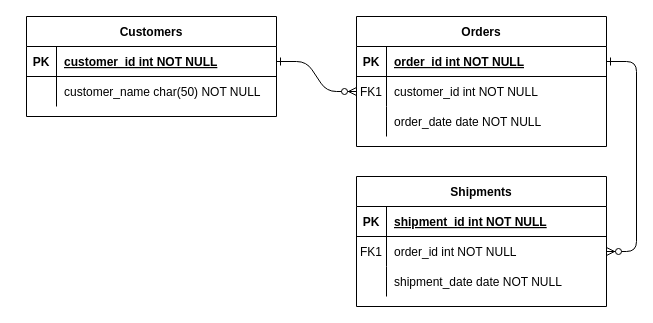
Before: .github/Untitled Diagram.drawio in nigelhaim/Programming_studies, a draw.io diagram. Source tidied: cells renumbered, new cells numbered last; positions are measured from the earlier drawing's top-left corner, leaving out a move shared by most shapes. Both pictures are drawn from the tidied source at 100%, with x=0, y=0 at pixel (26, 16).
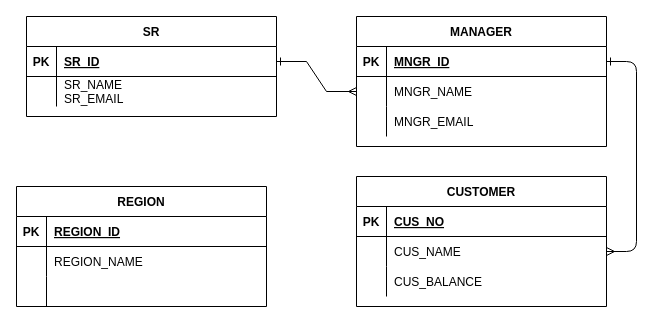
After the change.

The change refers to these unchanged cells:
```xml
<mxCell id="5" style="shape=partialRectangle;fillColor=none;points=[[0,0.5],[1,0.5]];portConstraint=eastwest;top=0;left=0;right=0;bottom=1;" parent="4" vertex="1">
  <mxGeometry y="30" width="250" height="30" as="geometry" />
</mxCell>
<mxCell id="8" style="shape=partialRectangle;fillColor=none;points=[[0,0.5],[1,0.5]];portConstraint=eastwest;top=0;left=0;right=0;bottom=0;" parent="4" vertex="1">
  <mxGeometry y="60" width="250" height="30" as="geometry" />
</mxCell>
<mxCell id="11" style="shape=partialRectangle;fillColor=none;top=0;left=0;right=0;bottom=0;" parent="4" vertex="1">
  <mxGeometry y="90" width="250" height="30" as="geometry" />
</mxCell>
<mxCell id="15" style="shape=partialRectangle;fillColor=none;top=0;left=0;right=0;bottom=1;" parent="14" vertex="1">
  <mxGeometry y="30" width="250" height="30" as="geometry" />
</mxCell>
<mxCell id="18" style="shape=partialRectangle;fillColor=none;points=[[0,0.5],[1,0.5]];portConstraint=eastwest;top=0;left=0;right=0;bottom=0;" parent="14" vertex="1">
  <mxGeometry y="60" width="250" height="30" as="geometry" />
</mxCell>
<mxCell id="21" style="shape=partialRectangle;fillColor=none;top=0;left=0;right=0;bottom=0;" parent="14" vertex="1">
  <mxGeometry y="90" width="250" height="30" as="geometry" />
</mxCell>
<mxCell id="25" style="shape=partialRectangle;fillColor=none;points=[[0,0.5],[1,0.5]];portConstraint=eastwest;top=0;left=0;right=0;bottom=1;" parent="24" vertex="1">
  <mxGeometry y="30" width="250" height="30" as="geometry" />
</mxCell>
<mxCell id="28" style="shape=partialRectangle;fillColor=none;top=0;left=0;right=0;bottom=0;" parent="24" vertex="1">
  <mxGeometry y="60" width="250" height="30" as="geometry" />
</mxCell>
```

What changed in the source:
```diff
@@
-    <mxCell id="2" style="edgeStyle=entityRelationEdgeStyle;endArrow=ERzeroToMany;startArrow=ERone;endFill=1;startFill=0;" parent="1" edge="1" source="25" target="8">
+    <mxCell id="2" style="edgeStyle=entityRelationEdgeStyle;endArrow=ERmany;startArrow=ERone;endFill=0;startFill=0;rounded=0;" parent="1" edge="1" source="25" target="8">
       <mxGeometry relative="1" as="geometry" />
     </mxCell>
-    <mxCell id="3" style="edgeStyle=entityRelationEdgeStyle;endArrow=ERzeroToMany;startArrow=ERone;endFill=1;startFill=0;" parent="1" edge="1" source="5" target="18">
+    <mxCell id="3" style="edgeStyle=entityRelationEdgeStyle;endArrow=ERmany;startArrow=ERone;endFill=0;startFill=0;" parent="1" edge="1" source="5" target="18">
       <mxGeometry relative="1" as="geometry" />
     </mxCell>
-    <mxCell id="4" value="Orders" style="shape=table;startSize=30;childLayout=tableLayout;rowLines=0;fontStyle=1;align=center;" parent="1" vertex="1">
+    <mxCell id="4" value="MANAGER" style="shape=table;startSize=30;childLayout=tableLayout;rowLines=0;fontStyle=1;align=center;" parent="1" vertex="1">
       <mxGeometry x="330" width="250" height="130" as="geometry" />
     </mxCell>
@@
-    <mxCell id="7" value="order_id int NOT NULL " style="shape=partialRectangle;overflow=hidden;fillColor=none;top=0;left=0;bottom=0;right=0;align=left;spacingLeft=6;fontStyle=5;" parent="5" vertex="1">
+    <mxCell id="7" value="MNGR_ID" style="shape=partialRectangle;overflow=hidden;fillColor=none;top=0;left=0;bottom=0;right=0;align=left;spacingLeft=6;fontStyle=5;" parent="5" vertex="1">
       <mxGeometry x="30" width="220" height="30" as="geometry" />
     </mxCell>
@@
-    <mxCell id="9" value="FK1" style="shape=partialRectangle;overflow=hidden;fillColor=none;top=0;left=0;bottom=0;right=0;" parent="8" vertex="1">
+    <mxCell id="9" style="shape=partialRectangle;overflow=hidden;fillColor=none;top=0;left=0;bottom=0;right=0;" parent="8" vertex="1">
       <mxGeometry width="30" height="30" as="geometry" />
     </mxCell>
-    <mxCell id="10" value="customer_id int NOT NULL" style="shape=partialRectangle;overflow=hidden;fillColor=none;top=0;left=0;bottom=0;right=0;align=left;spacingLeft=6;" parent="8" vertex="1">
+    <mxCell id="10" value="MNGR_NAME" style="shape=partialRectangle;overflow=hidden;fillColor=none;top=0;left=0;bottom=0;right=0;align=left;spacingLeft=6;" parent="8" vertex="1">
       <mxGeometry x="30" width="220" height="30" as="geometry" />
     </mxCell>
@@
-    <mxCell id="13" value="order_date date NOT NULL" style="shape=partialRectangle;overflow=hidden;fillColor=none;top=0;left=0;bottom=0;right=0;align=left;spacingLeft=6;" parent="11" vertex="1">
+    <mxCell id="13" value="MNGR_EMAIL" style="shape=partialRectangle;overflow=hidden;fillColor=none;top=0;left=0;bottom=0;right=0;align=left;spacingLeft=6;" parent="11" vertex="1">
       <mxGeometry x="30" width="220" height="30" as="geometry" />
     </mxCell>
-    <mxCell id="14" value="Shipments" style="shape=table;startSize=30;childLayout=tableLayout;rowLines=0;fontStyle=1;align=center;" parent="1" vertex="1">
+    <mxCell id="14" value="CUSTOMER" style="shape=table;startSize=30;childLayout=tableLayout;rowLines=0;fontStyle=1;align=center;" parent="1" vertex="1">
       <mxGeometry x="330" y="160" width="250" height="130" as="geometry" />
     </mxCell>
@@
-    <mxCell id="17" value="shipment_id int NOT NULL " style="shape=partialRectangle;overflow=hidden;fillColor=none;top=0;left=0;bottom=0;right=0;align=left;spacingLeft=6;fontStyle=5;" parent="15" vertex="1">
+    <mxCell id="17" value="CUS_NO" style="shape=partialRectangle;overflow=hidden;fillColor=none;top=0;left=0;bottom=0;right=0;align=left;spacingLeft=6;fontStyle=5;" parent="15" vertex="1">
       <mxGeometry x="30" width="220" height="30" as="geometry" />
     </mxCell>
@@
-    <mxCell id="19" value="FK1" style="shape=partialRectangle;overflow=hidden;fillColor=none;top=0;left=0;bottom=0;right=0;" parent="18" vertex="1">
+    <mxCell id="19" style="shape=partialRectangle;overflow=hidden;fillColor=none;top=0;left=0;bottom=0;right=0;" parent="18" vertex="1">
       <mxGeometry width="30" height="30" as="geometry" />
     </mxCell>
-    <mxCell id="20" value="order_id int NOT NULL" style="shape=partialRectangle;overflow=hidden;fillColor=none;top=0;left=0;bottom=0;right=0;align=left;spacingLeft=6;" parent="18" vertex="1">
+    <mxCell id="20" value="CUS_NAME" style="shape=partialRectangle;overflow=hidden;fillColor=none;top=0;left=0;bottom=0;right=0;align=left;spacingLeft=6;" parent="18" vertex="1">
       <mxGeometry x="30" width="220" height="30" as="geometry" />
     </mxCell>
@@
-    <mxCell id="23" value="shipment_date date NOT NULL" style="shape=partialRectangle;overflow=hidden;fillColor=none;top=0;left=0;bottom=0;right=0;align=left;spacingLeft=6;" parent="21" vertex="1">
+    <mxCell id="23" value="CUS_BALANCE" style="shape=partialRectangle;overflow=hidden;fillColor=none;top=0;left=0;bottom=0;right=0;align=left;spacingLeft=6;" parent="21" vertex="1">
       <mxGeometry x="30" width="220" height="30" as="geometry" />
     </mxCell>
-    <mxCell id="24" value="Customers" style="shape=table;startSize=30;childLayout=tableLayout;rowLines=0;fontStyle=1;align=center;" parent="1" vertex="1">
+    <mxCell id="24" value="SR" style="shape=table;startSize=30;childLayout=tableLayout;rowLines=0;fontStyle=1;align=center;" parent="1" vertex="1">
       <mxGeometry width="250" height="100" as="geometry" />
     </mxCell>
@@
-    <mxCell id="27" value="customer_id int NOT NULL " style="shape=partialRectangle;overflow=hidden;fillColor=none;top=0;left=0;bottom=0;right=0;align=left;spacingLeft=6;fontStyle=5;" parent="25" vertex="1">
+    <mxCell id="27" value="SR_ID" style="shape=partialRectangle;overflow=hidden;fillColor=none;top=0;left=0;bottom=0;right=0;align=left;spacingLeft=6;fontStyle=5;" parent="25" vertex="1">
       <mxGeometry x="30" width="220" height="30" as="geometry" />
     </mxCell>
@@
-    <mxCell id="30" value="customer_name char(50) NOT NULL" style="shape=partialRectangle;overflow=hidden;fillColor=none;top=0;left=0;bottom=0;right=0;align=left;spacingLeft=6;" parent="28" vertex="1">
+    <mxCell id="30" value="SR_NAME&#10;SR_EMAIL&#10;" style="shape=partialRectangle;overflow=hidden;fillColor=none;top=0;left=0;bottom=0;right=0;align=left;spacingLeft=6;" parent="28" vertex="1">
       <mxGeometry x="30" width="220" height="30" as="geometry" />
     </mxCell>
+    <mxCell id="31" value="REGION" style="shape=table;startSize=30;childLayout=tableLayout;rowLines=0;fontStyle=1;align=center;" parent="1" vertex="1">
+      <mxGeometry x="-10" y="170" width="250" height="120" as="geometry" />
+    </mxCell>
+    <mxCell id="32" style="shape=partialRectangle;fillColor=none;top=0;left=0;right=0;bottom=1;" parent="31" vertex="1">
+      <mxGeometry y="30" width="250" height="30" as="geometry" />
+    </mxCell>
+    <mxCell id="33" value="PK" style="shape=partialRectangle;overflow=hidden;fillColor=none;top=0;left=0;bottom=0;right=0;fontStyle=1;" parent="32" vertex="1">
+      <mxGeometry width="30" height="30" as="geometry" />
+    </mxCell>
+    <mxCell id="34" value="REGION_ID" style="shape=partialRectangle;overflow=hidden;fillColor=none;top=0;left=0;bottom=0;right=0;align=left;spacingLeft=6;fontStyle=5;" parent="32" vertex="1">
+      <mxGeometry x="30" width="220" height="30" as="geometry" />
+    </mxCell>
+    <mxCell id="35" style="shape=partialRectangle;fillColor=none;top=0;left=0;right=0;bottom=0;" parent="31" vertex="1">
+      <mxGeometry y="60" width="250" height="30" as="geometry" />
+    </mxCell>
+    <mxCell id="36" style="shape=partialRectangle;overflow=hidden;fillColor=none;top=0;left=0;bottom=0;right=0;" parent="35" vertex="1">
+      <mxGeometry width="30" height="30" as="geometry" />
+    </mxCell>
+    <mxCell id="37" value="REGION_NAME" style="shape=partialRectangle;overflow=hidden;fillColor=none;top=0;left=0;bottom=0;right=0;align=left;spacingLeft=6;" parent="35" vertex="1">
+      <mxGeometry x="30" width="220" height="30" as="geometry" />
+    </mxCell>
+    <mxCell id="38" style="shape=partialRectangle;fillColor=none;top=0;left=0;right=0;bottom=0;" parent="31" vertex="1">
+      <mxGeometry y="90" width="250" height="30" as="geometry" />
+    </mxCell>
+    <mxCell id="39" style="shape=partialRectangle;overflow=hidden;fillColor=none;top=0;left=0;bottom=0;right=0;" parent="38" vertex="1">
+      <mxGeometry width="30" height="30" as="geometry" />
+    </mxCell>
+    <mxCell id="40" style="shape=partialRectangle;overflow=hidden;fillColor=none;top=0;left=0;bottom=0;right=0;align=left;spacingLeft=6;" parent="38" vertex="1">
+      <mxGeometry x="30" width="220" height="30" as="geometry" />
+    </mxCell>
```
